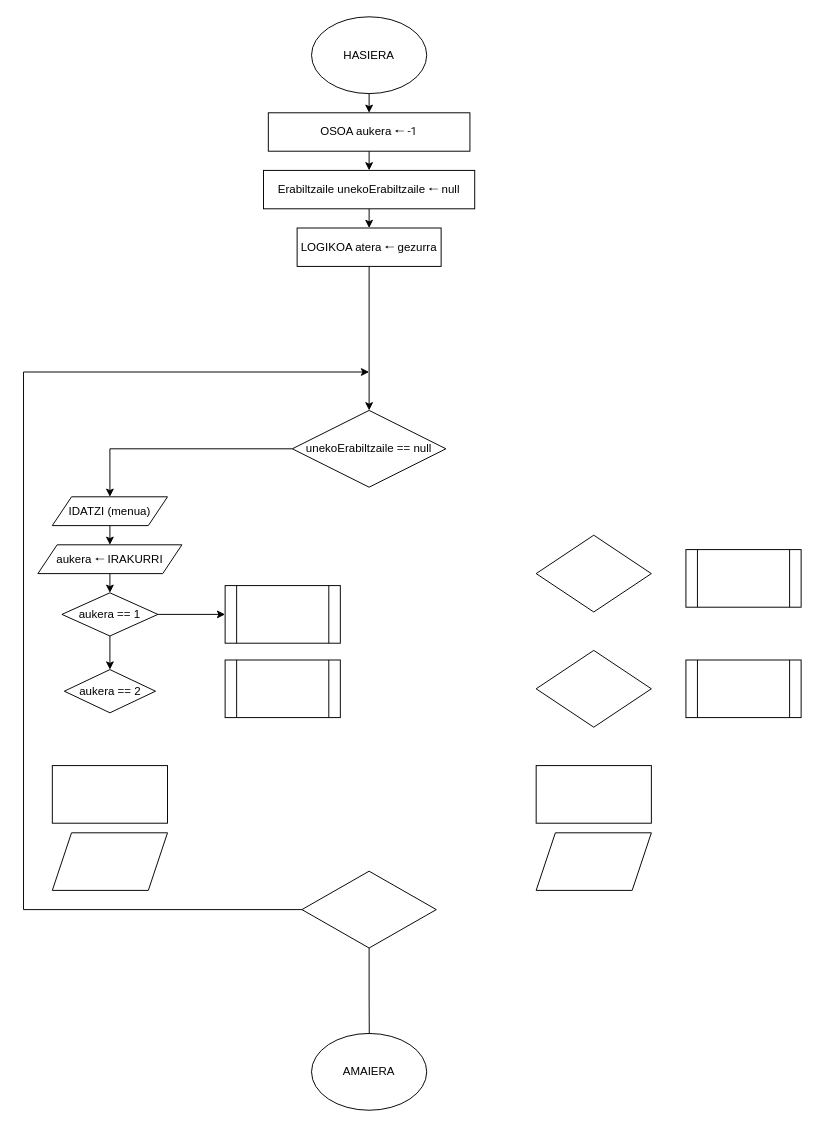
This is page "Amaierako diseinua" (2 of 2) of Documentacion/Garapen inguruneak/menu_busa.drawio from PetaldoiPorramador/ErronkaBus, a draw.io file, before an edit. Source tidied: cells renumbered, new cells numbered last; positions are measured from the earlier drawing's top-left corner, leaving out a move shared by most shapes. Both pictures are drawn from the tidied source at 96%, with x=0, y=0 at pixel (23, 16).
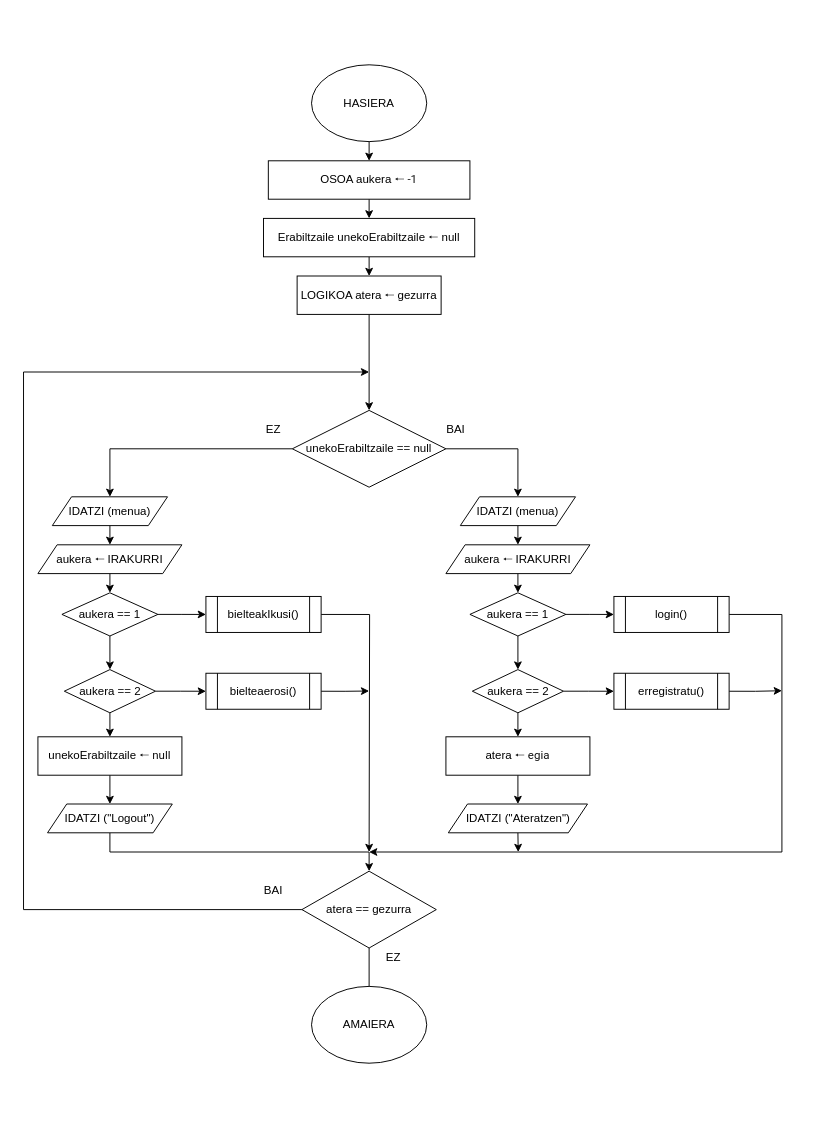
The same page after the edit.

Commit message:
manu cambiado bien perron super final

The change refers to these unchanged cells:
```xml
<mxCell id="11" value="&lt;span&gt;unekoErabiltzaile == null&lt;/span&gt;" style="rhombus;whiteSpace=wrap;html=1;" parent="1" vertex="1">
  <mxGeometry x="280" y="410" width="160" height="80" as="geometry" />
</mxCell>
<mxCell id="15" value="aukera == 2" style="rhombus;whiteSpace=wrap;html=1;" parent="1" vertex="1">
  <mxGeometry x="42.5" y="680" width="95" height="45" as="geometry" />
</mxCell>
```

Diff of the diagram source:
```diff
@@
     <mxCell id="3" value="HASIERA" style="ellipse;whiteSpace=wrap;html=1;" parent="1" vertex="1">
-      <mxGeometry x="300" width="120" height="80" as="geometry" />
+      <mxGeometry x="300" y="50" width="120" height="80" as="geometry" />
     </mxCell>
@@
     <mxCell id="5" value="OSOA aukera&amp;nbsp;&lt;span style=&quot;background-color: rgb(255 , 255 , 255) ; color: rgb(17 , 17 , 17) ; font-family: &amp;#34;roboto&amp;#34; , &amp;#34;noto sans&amp;#34; , sans-serif&quot;&gt;🠐 -1&lt;/span&gt;" style="rounded=0;whiteSpace=wrap;html=1;" parent="1" vertex="1">
-      <mxGeometry x="255" y="100" width="210" height="40" as="geometry" />
+      <mxGeometry x="255" y="150" width="210" height="40" as="geometry" />
     </mxCell>
@@
-    <mxCell id="7" style="edgeStyle=orthogonalEdgeStyle;rounded=0;jettySize=auto;html=1;exitX=0.5;exitY=1;exitDx=0;exitDy=0;" parent="1" edge="1" source="8">
+    <mxCell id="7" style="edgeStyle=orthogonalEdgeStyle;rounded=0;jettySize=auto;html=1;exitX=0.5;exitY=1;exitDx=0;exitDy=0;startArrow=none;" parent="1" edge="1" source="9">
       <mxGeometry relative="1" as="geometry">
         <mxPoint x="360.2" y="1070" as="targetPoint" />
       </mxGeometry>
     </mxCell>
-    <mxCell id="8" style="rhombus;whiteSpace=wrap;html=1;" parent="1" vertex="1">
+    <mxCell id="8" value="atera == gezurra" style="rhombus;whiteSpace=wrap;html=1;" parent="1" vertex="1">
       <mxGeometry x="290" y="890" width="140" height="80" as="geometry" />
     </mxCell>
-    <mxCell id="9" value="AMAIERA" style="ellipse;whiteSpace=wrap;html=1;" parent="1" vertex="1">
-      <mxGeometry x="300" y="1059" width="120" height="80" as="geometry" />
-    </mxCell>
@@
+    <mxCell id="34" style="edgeStyle=orthogonalEdgeStyle;rounded=0;jettySize=auto;html=1;exitX=1;exitY=0.5;exitDx=0;exitDy=0;entryX=0.5;entryY=0;entryDx=0;entryDy=0;fontSize=12;" parent="1" edge="1" source="11" target="53">
+      <mxGeometry relative="1" as="geometry" />
+    </mxCell>
@@
+    <mxCell id="35" style="edgeStyle=orthogonalEdgeStyle;rounded=0;jettySize=auto;html=1;exitX=0.5;exitY=1;exitDx=0;exitDy=0;entryX=0.5;entryY=0;entryDx=0;entryDy=0;fontSize=12;" parent="1" edge="1" source="15" target="16">
+      <mxGeometry relative="1" as="geometry" />
+    </mxCell>
+    <mxCell id="36" style="edgeStyle=orthogonalEdgeStyle;rounded=0;jettySize=auto;html=1;exitX=1;exitY=0.5;exitDx=0;exitDy=0;entryX=0;entryY=0.5;entryDx=0;entryDy=0;fontSize=12;" parent="1" edge="1" source="15" target="41">
+      <mxGeometry relative="1" as="geometry" />
+    </mxCell>
@@
+    <mxCell id="37" style="edgeStyle=orthogonalEdgeStyle;rounded=0;jettySize=auto;html=1;exitX=0.5;exitY=1;exitDx=0;exitDy=0;entryX=0.5;entryY=0;entryDx=0;entryDy=0;fontSize=12;" parent="1" edge="1" source="16" target="19">
+      <mxGeometry relative="1" as="geometry" />
+    </mxCell>
-    <mxCell id="16" style="rounded=0;whiteSpace=wrap;html=1;" parent="1" vertex="1">
-      <mxGeometry x="30" y="780" width="120" height="60" as="geometry" />
+    <mxCell id="16" value="&lt;span&gt;unekoErabiltzaile&amp;nbsp;&lt;/span&gt;&lt;span style=&quot;background-color: rgb(255 , 255 , 255) ; color: rgb(17 , 17 , 17) ; font-family: &amp;#34;roboto&amp;#34; , &amp;#34;noto sans&amp;#34; , sans-serif&quot;&gt;🠐&amp;nbsp;null&lt;/span&gt;" style="rounded=0;whiteSpace=wrap;html=1;" parent="1" vertex="1">
+      <mxGeometry x="15" y="750" width="150" height="40" as="geometry" />
     </mxCell>
@@
+    <mxCell id="38" style="edgeStyle=orthogonalEdgeStyle;rounded=0;jettySize=auto;html=1;exitX=0.5;exitY=1;exitDx=0;exitDy=0;entryX=0.5;entryY=0;entryDx=0;entryDy=0;fontSize=12;" parent="1" edge="1" source="19" target="8">
+      <mxGeometry relative="1" as="geometry" />
+    </mxCell>
-    <mxCell id="19" style="shape=parallelogram;perimeter=parallelogramPerimeter;whiteSpace=wrap;html=1;fixedSize=1;" parent="1" vertex="1">
-      <mxGeometry x="30" y="850" width="120" height="60" as="geometry" />
+    <mxCell id="19" value="IDATZI (&quot;Logout&quot;)" style="shape=parallelogram;perimeter=parallelogramPerimeter;whiteSpace=wrap;html=1;fixedSize=1;" parent="1" vertex="1">
+      <mxGeometry x="25" y="820" width="130" height="30" as="geometry" />
     </mxCell>
-    <mxCell id="20" style="rhombus;whiteSpace=wrap;html=1;" parent="1" vertex="1">
-      <mxGeometry x="534" y="540" width="120" height="80" as="geometry" />
-    </mxCell>
-    <mxCell id="21" style="rhombus;whiteSpace=wrap;html=1;" parent="1" vertex="1">
-      <mxGeometry x="534" y="660" width="120" height="80" as="geometry" />
-    </mxCell>
-    <mxCell id="22" style="rounded=0;whiteSpace=wrap;html=1;" parent="1" vertex="1">
-      <mxGeometry x="534" y="780" width="120" height="60" as="geometry" />
-    </mxCell>
-    <mxCell id="23" style="shape=parallelogram;perimeter=parallelogramPerimeter;whiteSpace=wrap;html=1;fixedSize=1;" parent="1" vertex="1">
-      <mxGeometry x="534" y="850" width="120" height="60" as="geometry" />
-    </mxCell>
+    <mxCell id="39" style="edgeStyle=orthogonalEdgeStyle;rounded=0;jettySize=auto;html=1;exitX=1;exitY=0.5;exitDx=0;exitDy=0;fontSize=12;" parent="1" edge="1" source="24">
+      <mxGeometry relative="1" as="geometry">
+        <mxPoint x="360" y="870" as="targetPoint" />
+      </mxGeometry>
+    </mxCell>
-    <mxCell id="24" style="shape=process;whiteSpace=wrap;html=1;backgroundOutline=1;" parent="1" vertex="1">
-      <mxGeometry x="210" y="592.5" width="120" height="60" as="geometry" />
+    <mxCell id="24" value="bielteakIkusi()" style="shape=process;whiteSpace=wrap;html=1;backgroundOutline=1;" parent="1" vertex="1">
+      <mxGeometry x="190" y="603.8" width="120" height="37.5" as="geometry" />
     </mxCell>
-    <mxCell id="25" style="shape=process;whiteSpace=wrap;html=1;backgroundOutline=1;" parent="1" vertex="1">
-      <mxGeometry x="210" y="670" width="120" height="60" as="geometry" />
-    </mxCell>
-    <mxCell id="26" style="shape=process;whiteSpace=wrap;html=1;backgroundOutline=1;" parent="1" vertex="1">
-      <mxGeometry x="690" y="555" width="120" height="60" as="geometry" />
-    </mxCell>
-    <mxCell id="27" style="shape=process;whiteSpace=wrap;html=1;backgroundOutline=1;" parent="1" vertex="1">
-      <mxGeometry x="690" y="670" width="120" height="60" as="geometry" />
-    </mxCell>
@@
     <mxCell id="29" value="Erabiltzaile unekoErabiltzaile&amp;nbsp;&lt;span style=&quot;background-color: rgb(255 , 255 , 255) ; color: rgb(17 , 17 , 17) ; font-family: &amp;#34;roboto&amp;#34; , &amp;#34;noto sans&amp;#34; , sans-serif&quot;&gt;🠐&lt;/span&gt;&amp;nbsp;null" style="rounded=0;whiteSpace=wrap;html=1;" parent="1" vertex="1">
-      <mxGeometry x="250" y="160" width="220" height="40" as="geometry" />
+      <mxGeometry x="250" y="210" width="220" height="40" as="geometry" />
     </mxCell>
@@
     <mxCell id="31" value="LOGIKOA atera&amp;nbsp;&lt;span style=&quot;background-color: rgb(255 , 255 , 255) ; color: rgb(17 , 17 , 17) ; font-family: &amp;#34;roboto&amp;#34; , &amp;#34;noto sans&amp;#34; , sans-serif&quot;&gt;🠐&amp;nbsp;&lt;/span&gt;gezurra" style="rounded=0;whiteSpace=wrap;html=1;" parent="1" vertex="1">
-      <mxGeometry x="285" y="220" width="150" height="40" as="geometry" />
+      <mxGeometry x="285" y="270" width="150" height="40" as="geometry" />
     </mxCell>
@@
+    <mxCell id="40" style="edgeStyle=orthogonalEdgeStyle;rounded=0;jettySize=auto;html=1;exitX=1;exitY=0.5;exitDx=0;exitDy=0;fontSize=12;" parent="1" edge="1" source="41">
+      <mxGeometry relative="1" as="geometry">
+        <mxPoint x="360" y="702.3" as="targetPoint" />
+      </mxGeometry>
+    </mxCell>
+    <mxCell id="41" value="bielteaerosi()" style="shape=process;whiteSpace=wrap;html=1;backgroundOutline=1;" parent="1" vertex="1">
+      <mxGeometry x="190" y="683.8" width="120" height="37.5" as="geometry" />
+    </mxCell>
+    <mxCell id="42" value="BAI" style="text;html=1;align=center;verticalAlign=middle;strokeColor=none;fillColor=none;fontSize=12;" parent="1" vertex="1">
+      <mxGeometry x="245" y="900" width="30" height="20" as="geometry" />
+    </mxCell>
+    <mxCell id="43" value="EZ" style="text;html=1;align=center;verticalAlign=middle;strokeColor=none;fillColor=none;fontSize=12;" parent="1" vertex="1">
+      <mxGeometry x="245" y="420" width="30" height="20" as="geometry" />
+    </mxCell>
+    <mxCell id="44" style="edgeStyle=orthogonalEdgeStyle;rounded=0;jettySize=auto;html=1;exitX=0.5;exitY=1;exitDx=0;exitDy=0;entryX=0.5;entryY=0;entryDx=0;entryDy=0;fontSize=12;" parent="1" edge="1" source="46" target="49">
+      <mxGeometry relative="1" as="geometry" />
+    </mxCell>
+    <mxCell id="45" style="edgeStyle=orthogonalEdgeStyle;rounded=0;jettySize=auto;html=1;exitX=1;exitY=0.5;exitDx=0;exitDy=0;entryX=0;entryY=0.5;entryDx=0;entryDy=0;fontSize=12;" parent="1" edge="1" source="46" target="57">
+      <mxGeometry relative="1" as="geometry" />
+    </mxCell>
+    <mxCell id="46" value="aukera == 1" style="rhombus;whiteSpace=wrap;html=1;" parent="1" vertex="1">
+      <mxGeometry x="465" y="600" width="100" height="45" as="geometry" />
+    </mxCell>
+    <mxCell id="47" style="edgeStyle=orthogonalEdgeStyle;rounded=0;jettySize=auto;html=1;exitX=0.5;exitY=1;exitDx=0;exitDy=0;entryX=0.5;entryY=0;entryDx=0;entryDy=0;fontSize=12;" parent="1" edge="1" source="49" target="51">
+      <mxGeometry relative="1" as="geometry" />
+    </mxCell>
+    <mxCell id="48" style="edgeStyle=orthogonalEdgeStyle;rounded=0;jettySize=auto;html=1;exitX=1;exitY=0.5;exitDx=0;exitDy=0;entryX=0;entryY=0.5;entryDx=0;entryDy=0;fontSize=12;" parent="1" edge="1" source="49" target="61">
+      <mxGeometry relative="1" as="geometry" />
+    </mxCell>
+    <mxCell id="49" value="aukera == 2" style="rhombus;whiteSpace=wrap;html=1;" parent="1" vertex="1">
+      <mxGeometry x="467.5" y="680" width="95" height="45" as="geometry" />
+    </mxCell>
+    <mxCell id="50" style="edgeStyle=orthogonalEdgeStyle;rounded=0;jettySize=auto;html=1;exitX=0.5;exitY=1;exitDx=0;exitDy=0;entryX=0.5;entryY=0;entryDx=0;entryDy=0;fontSize=12;" parent="1" edge="1" source="51" target="55">
+      <mxGeometry relative="1" as="geometry" />
+    </mxCell>
+    <mxCell id="51" value="&lt;span&gt;atera&amp;nbsp;&lt;/span&gt;&lt;span style=&quot;background-color: rgb(255 , 255 , 255) ; color: rgb(17 , 17 , 17) ; font-family: &amp;#34;roboto&amp;#34; , &amp;#34;noto sans&amp;#34; , sans-serif&quot;&gt;🠐 egia&lt;/span&gt;" style="rounded=0;whiteSpace=wrap;html=1;" parent="1" vertex="1">
+      <mxGeometry x="440" y="750" width="150" height="40" as="geometry" />
+    </mxCell>
+    <mxCell id="52" style="edgeStyle=orthogonalEdgeStyle;rounded=0;jettySize=auto;html=1;exitX=0.5;exitY=1;exitDx=0;exitDy=0;entryX=0.5;entryY=0;entryDx=0;entryDy=0;fontSize=12;" parent="1" edge="1" source="53" target="59">
+      <mxGeometry relative="1" as="geometry" />
+    </mxCell>
+    <mxCell id="53" value="IDATZI (menua)" style="shape=parallelogram;perimeter=parallelogramPerimeter;whiteSpace=wrap;html=1;fixedSize=1;" parent="1" vertex="1">
+      <mxGeometry x="455" y="500" width="120" height="30" as="geometry" />
+    </mxCell>
+    <mxCell id="54" style="edgeStyle=orthogonalEdgeStyle;rounded=0;jettySize=auto;html=1;exitX=0.5;exitY=1;exitDx=0;exitDy=0;fontSize=12;" parent="1" edge="1" source="55">
+      <mxGeometry relative="1" as="geometry">
+        <mxPoint x="515.3" y="870" as="targetPoint" />
+      </mxGeometry>
+    </mxCell>
+    <mxCell id="55" value="IDATZI (&quot;Ateratzen&quot;)" style="shape=parallelogram;perimeter=parallelogramPerimeter;whiteSpace=wrap;html=1;fixedSize=1;" parent="1" vertex="1">
+      <mxGeometry x="442.5" y="820" width="145" height="30" as="geometry" />
+    </mxCell>
+    <mxCell id="56" style="edgeStyle=orthogonalEdgeStyle;rounded=0;jettySize=auto;html=1;exitX=1;exitY=0.5;exitDx=0;exitDy=0;fontSize=12;" parent="1" edge="1" source="57">
+      <mxGeometry relative="1" as="geometry">
+        <mxPoint x="360" y="870" as="targetPoint" />
+        <Array as="points">
+          <mxPoint x="790" y="622" />
+          <mxPoint x="790" y="870" />
+        </Array>
+      </mxGeometry>
+    </mxCell>
+    <mxCell id="57" value="login()" style="shape=process;whiteSpace=wrap;html=1;backgroundOutline=1;" parent="1" vertex="1">
+      <mxGeometry x="615" y="603.8" width="120" height="37.5" as="geometry" />
+    </mxCell>
+    <mxCell id="58" style="edgeStyle=orthogonalEdgeStyle;rounded=0;jettySize=auto;html=1;exitX=0.5;exitY=1;exitDx=0;exitDy=0;entryX=0.5;entryY=0;entryDx=0;entryDy=0;fontSize=12;" parent="1" edge="1" source="59" target="46">
+      <mxGeometry relative="1" as="geometry" />
+    </mxCell>
+    <mxCell id="59" value="aukera&amp;nbsp;&lt;span style=&quot;background-color: rgb(255 , 255 , 255) ; color: rgb(17 , 17 , 17) ; font-family: &amp;#34;roboto&amp;#34; , &amp;#34;noto sans&amp;#34; , sans-serif&quot;&gt;🠐&amp;nbsp;&lt;/span&gt;IRAKURRI" style="shape=parallelogram;perimeter=parallelogramPerimeter;whiteSpace=wrap;html=1;fixedSize=1;" parent="1" vertex="1">
+      <mxGeometry x="440" y="550" width="150" height="30" as="geometry" />
+    </mxCell>
+    <mxCell id="60" style="edgeStyle=orthogonalEdgeStyle;rounded=0;jettySize=auto;html=1;exitX=1;exitY=0.5;exitDx=0;exitDy=0;fontSize=12;" parent="1" edge="1" source="61">
+      <mxGeometry relative="1" as="geometry">
+        <mxPoint x="790" y="702" as="targetPoint" />
+      </mxGeometry>
+    </mxCell>
+    <mxCell id="61" value="erregistratu()" style="shape=process;whiteSpace=wrap;html=1;backgroundOutline=1;" parent="1" vertex="1">
+      <mxGeometry x="615" y="683.8" width="120" height="37.5" as="geometry" />
+    </mxCell>
+    <mxCell id="62" value="BAI" style="text;html=1;align=center;verticalAlign=middle;strokeColor=none;fillColor=none;fontSize=12;" parent="1" vertex="1">
+      <mxGeometry x="435" y="420" width="30" height="20" as="geometry" />
+    </mxCell>
+    <mxCell id="63" value="EZ" style="text;html=1;align=center;verticalAlign=middle;strokeColor=none;fillColor=none;fontSize=12;" parent="1" vertex="1">
+      <mxGeometry x="370" y="970" width="30" height="20" as="geometry" />
+    </mxCell>
+    <mxCell id="9" value="AMAIERA" style="ellipse;whiteSpace=wrap;html=1;" parent="1" vertex="1">
+      <mxGeometry x="300" y="1010" width="120" height="80" as="geometry" />
+    </mxCell>
+    <mxCell id="64" style="edgeStyle=orthogonalEdgeStyle;rounded=0;jettySize=auto;html=1;exitX=0.5;exitY=1;exitDx=0;exitDy=0;endArrow=none;" parent="1" edge="1" source="8" target="9">
+      <mxGeometry relative="1" as="geometry" />
+    </mxCell>
```
